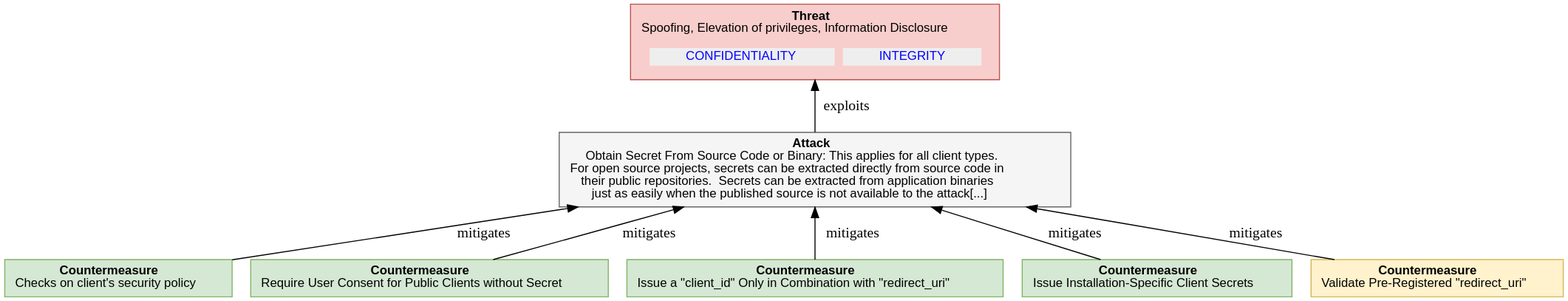
Above: report-examples/OAuth2/img/threatTree/Client_Secrets_disclosure.svg in DavidCervigni/threat-models (PlantUML), before the change. Its source is kept beside it as report-examples/OAuth2/img/threatTree/Client_Secrets_disclosure.puml. The source it was exported from:
```plantuml
@startuml
digraph G {
rankdir="BT";
  node [shape=plaintext, fontname="Arial" fontsize="12"];
    "Client_Secrets_disclosure" [ fillcolor="#F8CECC", style=filled, shape=polygon, color="#B85450"
    label=
    <<table border="0" cellborder="0" cellspacing="0">
     <tr><td align="center"><b>Threat</b><br/>

Spoofing, Elevation of privileges, Information Disclosure
</td></tr>
     <tr><td><table border="0" cellborder="0" cellspacing="8"><tr>
                ret += secObj.linkedImpactMDText()
     <td align="center" href="#OAuth2.CONFIDENTIALITY" bgcolor="#EEEEEE"><font color="blue">CONFIDENTIALITY</font></td>
                ret += secObj.linkedImpactMDText()
     <td align="center" href="#OAuth2.INTEGRITY" bgcolor="#EEEEEE"><font color="blue">INTEGRITY</font></td>
     </tr></table></td></tr>
   </table>>
   ];

"Client_Secrets_disclosure_attack" [ fillcolor="#f5f5f5", style=filled, shape=polygon, color="#666666", label =
    <<table border="0" cellborder="0" cellspacing="0">
     <tr><td align="center"><b>Attack</b><br/>

Obtain Secret From Source Code or Binary: This applies for all client types.<br/>For open source projects, secrets can be extracted directly from source code in<br/>their public repositories.  Secrets can be extracted from application binaries<br/>just as easily when the published source is not available to the attack[...]
</td></tr>
   </table>>
    ]

"Client_Secrets_disclosure_attack" -> "Client_Secrets_disclosure"  [label = " exploits"]

    "Client_Secrets_disclosure_countermeasure0" [
       fillcolor="#D5E8D4", style=filled, shape=polygon, color="#82B366", label =
    <<table border="0" cellborder="0" cellspacing="0">
     <tr><td align="left"><b>Countermeasure</b><br/>

Checks on client&#x27;s security policy
</td></tr>
   </table>>
   ]

     "Client_Secrets_disclosure_countermeasure0" -> "Client_Secrets_disclosure_attack" [label = " mitigates"]

    "Client_Secrets_disclosure_countermeasure1" [
       fillcolor="#D5E8D4", style=filled, shape=polygon, color="#82B366", label =
    <<table border="0" cellborder="0" cellspacing="0">
     <tr><td align="left"><b>Countermeasure</b><br/>

Require User Consent for Public Clients without Secret
</td></tr>
   </table>>
   ]

     "Client_Secrets_disclosure_countermeasure1" -> "Client_Secrets_disclosure_attack" [label = " mitigates"]

    "Client_Secrets_disclosure_countermeasure2" [
       fillcolor="#D5E8D4", style=filled, shape=polygon, color="#82B366", label =
    <<table border="0" cellborder="0" cellspacing="0">
     <tr><td align="left"><b>Countermeasure</b><br/>

Issue a &quot;client_id&quot; Only in Combination with &quot;redirect_uri&quot;
</td></tr>
   </table>>
   ]

     "Client_Secrets_disclosure_countermeasure2" -> "Client_Secrets_disclosure_attack" [label = " mitigates"]

    "Client_Secrets_disclosure_countermeasure3" [
       fillcolor="#D5E8D4", style=filled, shape=polygon, color="#82B366", label =
    <<table border="0" cellborder="0" cellspacing="0">
     <tr><td align="left"><b>Countermeasure</b><br/>

Issue Installation-Specific Client Secrets
</td></tr>
   </table>>
   ]

     "Client_Secrets_disclosure_countermeasure3" -> "Client_Secrets_disclosure_attack" [label = " mitigates"]

    "Client_Secrets_disclosure_countermeasure4" [
       fillcolor="#FFF2CC", style=filled, shape=polygon, color="#D6B656", label =
    <<table border="0" cellborder="0" cellspacing="0">
     <tr><td align="left"><b>Countermeasure</b><br/>

Validate Pre-Registered &quot;redirect_uri&quot;
</td></tr>
   </table>>
   ]

     "Client_Secrets_disclosure_countermeasure4" -> "Client_Secrets_disclosure_attack" [label = " mitigates"]

}
@enduml
```
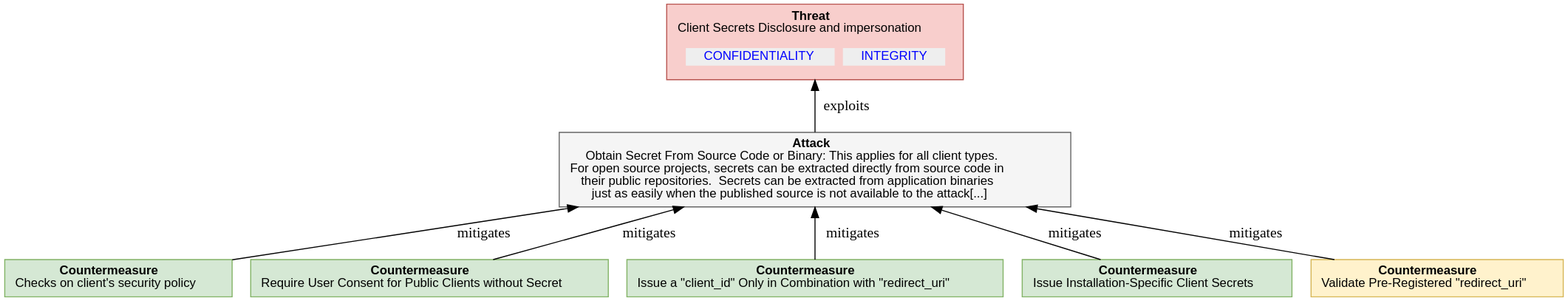
Later version of the same file.

Change to the diagram source:
```diff
@@ -7,7 +7,7 @@
     <<table border="0" cellborder="0" cellspacing="0">
      <tr><td align="center"><b>Threat</b><br/>
 
-Spoofing, Elevation of privileges, Information Disclosure
+Client Secrets Disclosure and impersonation
 </td></tr>
      <tr><td><table border="0" cellborder="0" cellspacing="8"><tr>
                 ret += secObj.linkedImpactMDText()
```
